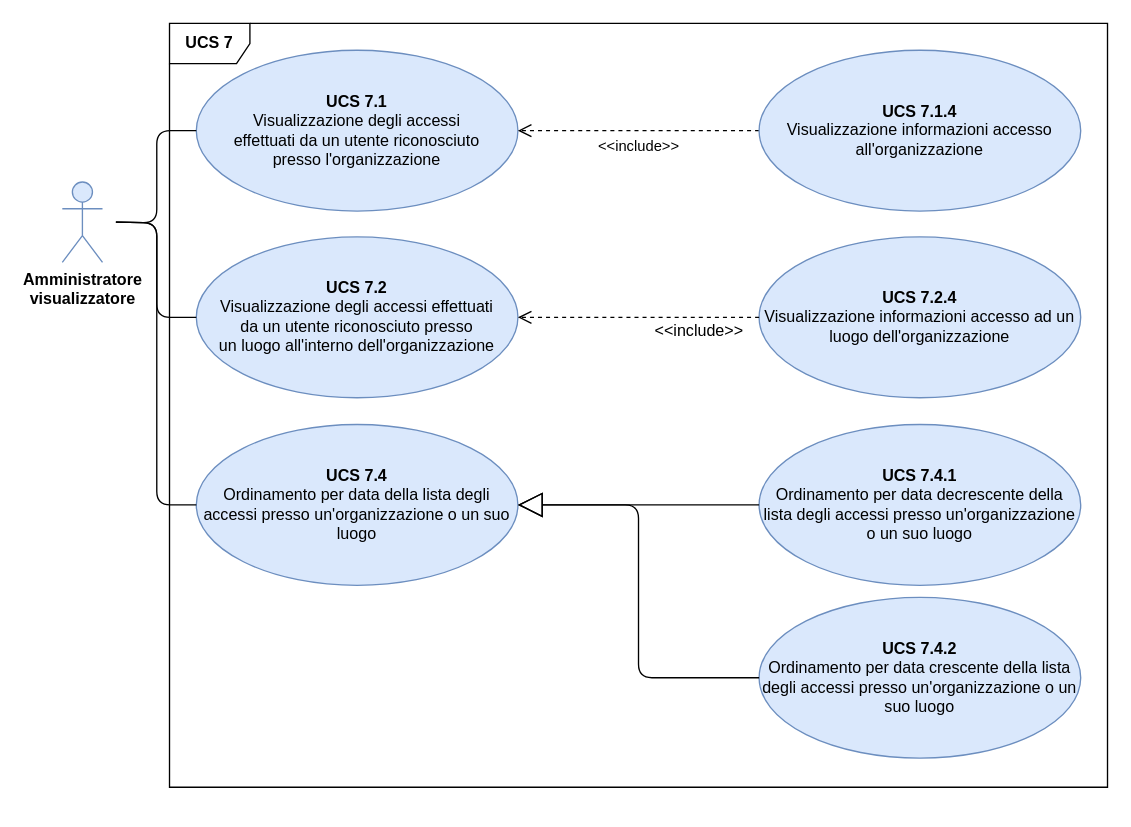
This is DocumentazioneEsterna/AnalisiDeiRequisiti/Sezioni/UseCase/draw.io/UC SERVER/UCS7.drawio from qb-team/Stalker-Documentazione, a draw.io file, before an edit. Source tidied: cells renumbered, new cells numbered last; positions are measured from the earlier drawing's top-left corner, leaving out a move shared by most shapes. Both pictures are drawn from the tidied source at 134%, with x=0, y=0 at pixel (62, 23).
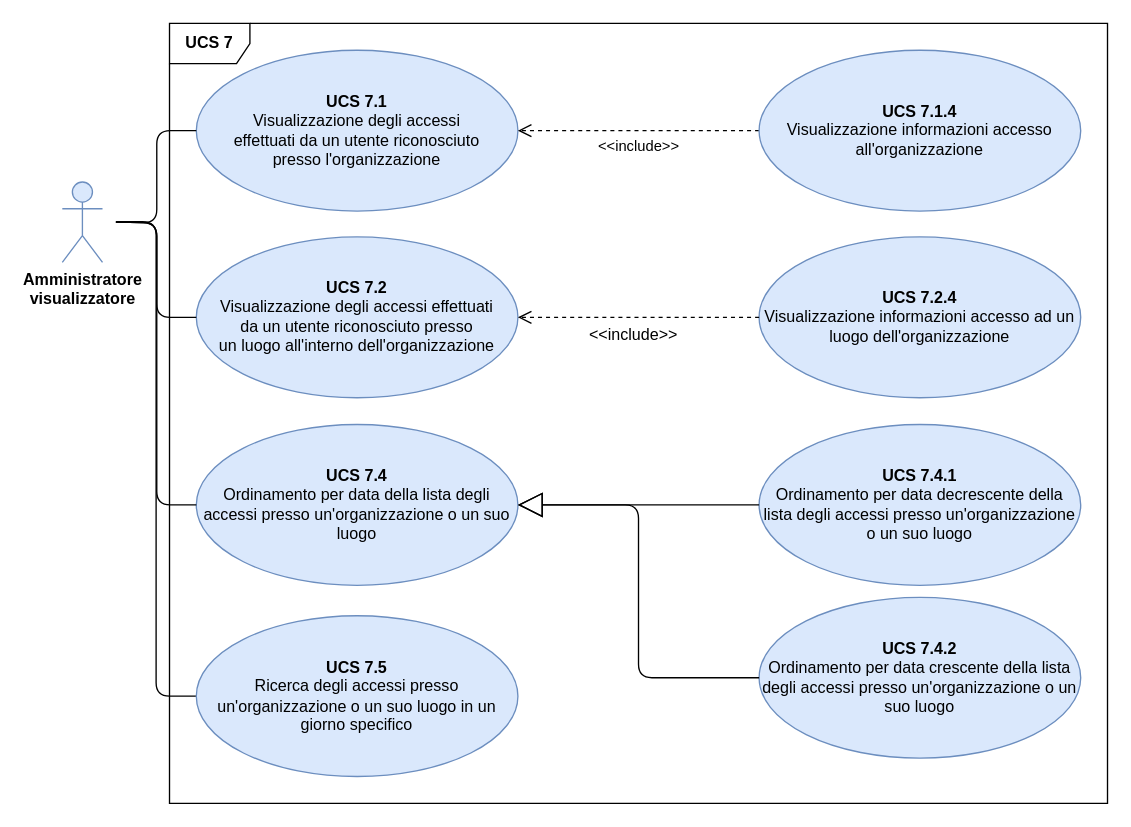
The same diagram, later.

Commit message (it also covers changes not shown here):
#123 aggiornato diagramma

Unchanged cells that the change refers to:
```xml
<mxCell id="4" value="&lt;font&gt;&lt;b style=&quot;font-size: 12px&quot;&gt;UCS 7.2&lt;br&gt;&lt;/b&gt;Visualizzazione degli accessi effettuati&lt;br&gt;da un utente riconosciuto presso&lt;br&gt;un luogo all'interno dell'organizzazione&lt;br&gt;&lt;/font&gt;" style="ellipse;whiteSpace=wrap;html=1;fillColor=#dae8fc;strokeColor=#6c8ebf;fontFamily=Helvetica;fontSize=12;" parent="1" vertex="1">
  <mxGeometry x="100" y="159.3" width="240" height="120" as="geometry" />
</mxCell>
<mxCell id="9" value="&lt;font&gt;&lt;b style=&quot;font-size: 12px&quot;&gt;UCS 7.2.4&lt;br&gt;&lt;/b&gt;Visualizzazione informazioni accesso ad un luogo dell'organizzazione&lt;br&gt;&lt;/font&gt;" style="ellipse;whiteSpace=wrap;html=1;fillColor=#dae8fc;strokeColor=#6c8ebf;fontFamily=Helvetica;fontSize=12;" parent="1" vertex="1">
  <mxGeometry x="520" y="159.3" width="240" height="120" as="geometry" />
</mxCell>
```

Change to the diagram source:
```diff
@@
     <mxCell id="2" value="&lt;b&gt;UCS 7&lt;/b&gt;" style="shape=umlFrame;whiteSpace=wrap;html=1;fontFamily=Helvetica;fontSize=12;" parent="1" vertex="1">
-      <mxGeometry x="80" width="700" height="570" as="geometry" />
+      <mxGeometry x="80" width="700" height="582" as="geometry" />
     </mxCell>
@@
+    <mxCell id="24" style="edgeStyle=orthogonalEdgeStyle;rounded=1;jettySize=auto;html=1;entryX=0;entryY=0.5;entryDx=0;entryDy=0;endArrow=none;endFill=0;" parent="1" edge="1" target="25">
+      <mxGeometry relative="1" as="geometry">
+        <mxPoint x="40" y="148" as="sourcePoint" />
+        <Array as="points">
+          <mxPoint x="70" y="148" />
+          <mxPoint x="70" y="502" />
+        </Array>
+      </mxGeometry>
+    </mxCell>
@@
     <mxCell id="10" value="&lt;font style=&quot;font-size: 12px&quot;&gt;&amp;lt;&amp;lt;include&amp;gt;&amp;gt;&lt;/font&gt;" style="html=1;verticalAlign=bottom;endArrow=open;dashed=1;endSize=8;exitX=0;exitY=0.5;exitDx=0;exitDy=0;edgeStyle=orthogonalEdgeStyle;entryX=1;entryY=0.5;entryDx=0;entryDy=0;" parent="1" edge="1" source="9" target="4">
-      <mxGeometry x="-0.5" y="20" relative="1" as="geometry" />
+      <mxGeometry x="0.04" y="23" relative="1" as="geometry" />
     </mxCell>
@@
+    <mxCell id="25" value="&lt;font&gt;&lt;b style=&quot;font-size: 12px&quot;&gt;UCS 7.5&lt;br&gt;&lt;/b&gt;Ricerca degli accessi presso un'organizzazione o un suo luogo in un giorno specifico&lt;br&gt;&lt;/font&gt;" style="ellipse;whiteSpace=wrap;html=1;fillColor=#dae8fc;strokeColor=#6c8ebf;fontFamily=Helvetica;fontSize=12;" parent="1" vertex="1">
+      <mxGeometry x="100" y="442" width="240" height="120" as="geometry" />
+    </mxCell>
```
